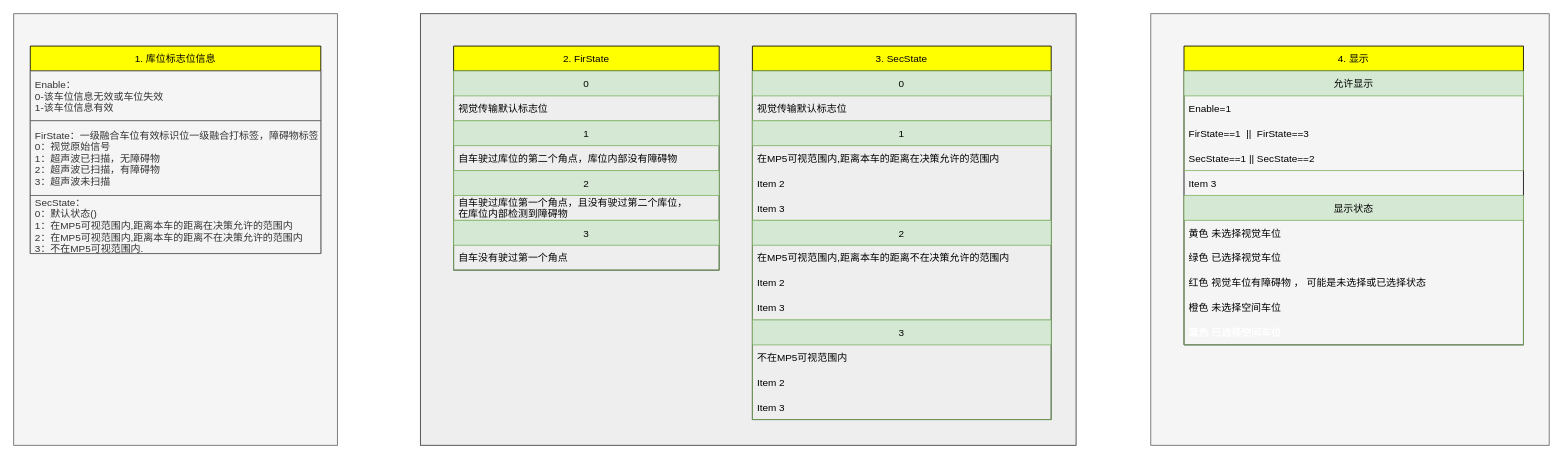
Above: 融合输出策略.drawio in bugquella/diagrams (draw.io), before the change. Source tidied: cells renumbered, new cells numbered last; positions are measured from the earlier drawing's top-left corner, leaving out a move shared by most shapes. Both pictures are drawn from the tidied source at 83%, with x=0, y=0 at pixel (13, 13).
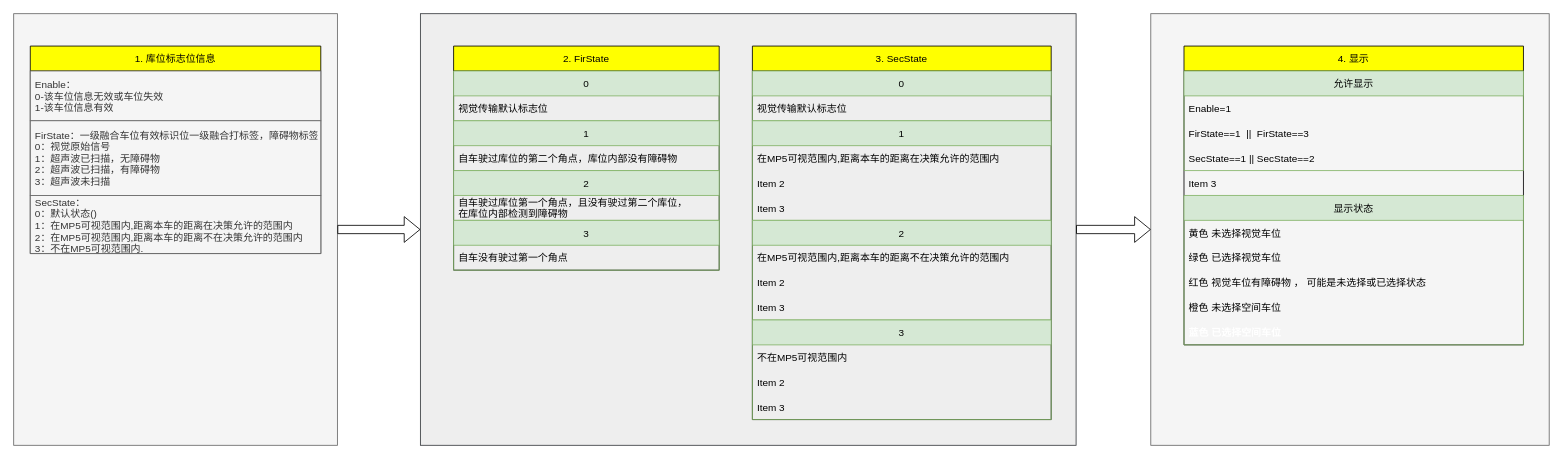
The same page after the edit.

Commit message:
更新融合输出策略.drawio

The change refers to these unchanged cells:
```xml
<mxCell id="2" style="rounded=0;whiteSpace=wrap;html=1;fillColor=#f5f5f5;fontColor=#333333;strokeColor=#666666;" parent="1" vertex="1">
  <mxGeometry x="1370" width="480" height="520" as="geometry" />
</mxCell>
<mxCell id="3" style="rounded=0;whiteSpace=wrap;html=1;fillColor=#f5f5f5;fontColor=#333333;strokeColor=#666666;" parent="1" vertex="1">
  <mxGeometry width="390" height="520" as="geometry" />
</mxCell>
<mxCell id="4" style="rounded=0;whiteSpace=wrap;html=1;fillColor=#eeeeee;strokeColor=#36393d;" parent="1" vertex="1">
  <mxGeometry x="490" width="790" height="520" as="geometry" />
</mxCell>
```

What changed in the source:
```diff
@@
+    <mxCell id="45" style="shape=flexArrow;endArrow=classic;html=1;rounded=0;exitX=1;exitY=0.5;exitDx=0;exitDy=0;entryX=0;entryY=0.5;entryDx=0;entryDy=0;" parent="1" edge="1" source="3" target="4">
+      <mxGeometry relative="1" as="geometry" />
+    </mxCell>
+    <mxCell id="46" style="shape=flexArrow;endArrow=classic;html=1;rounded=0;exitX=1;exitY=0.5;exitDx=0;exitDy=0;entryX=0;entryY=0.5;entryDx=0;entryDy=0;" parent="1" edge="1" source="4" target="2">
+      <mxGeometry relative="1" as="geometry" />
+    </mxCell>
```
